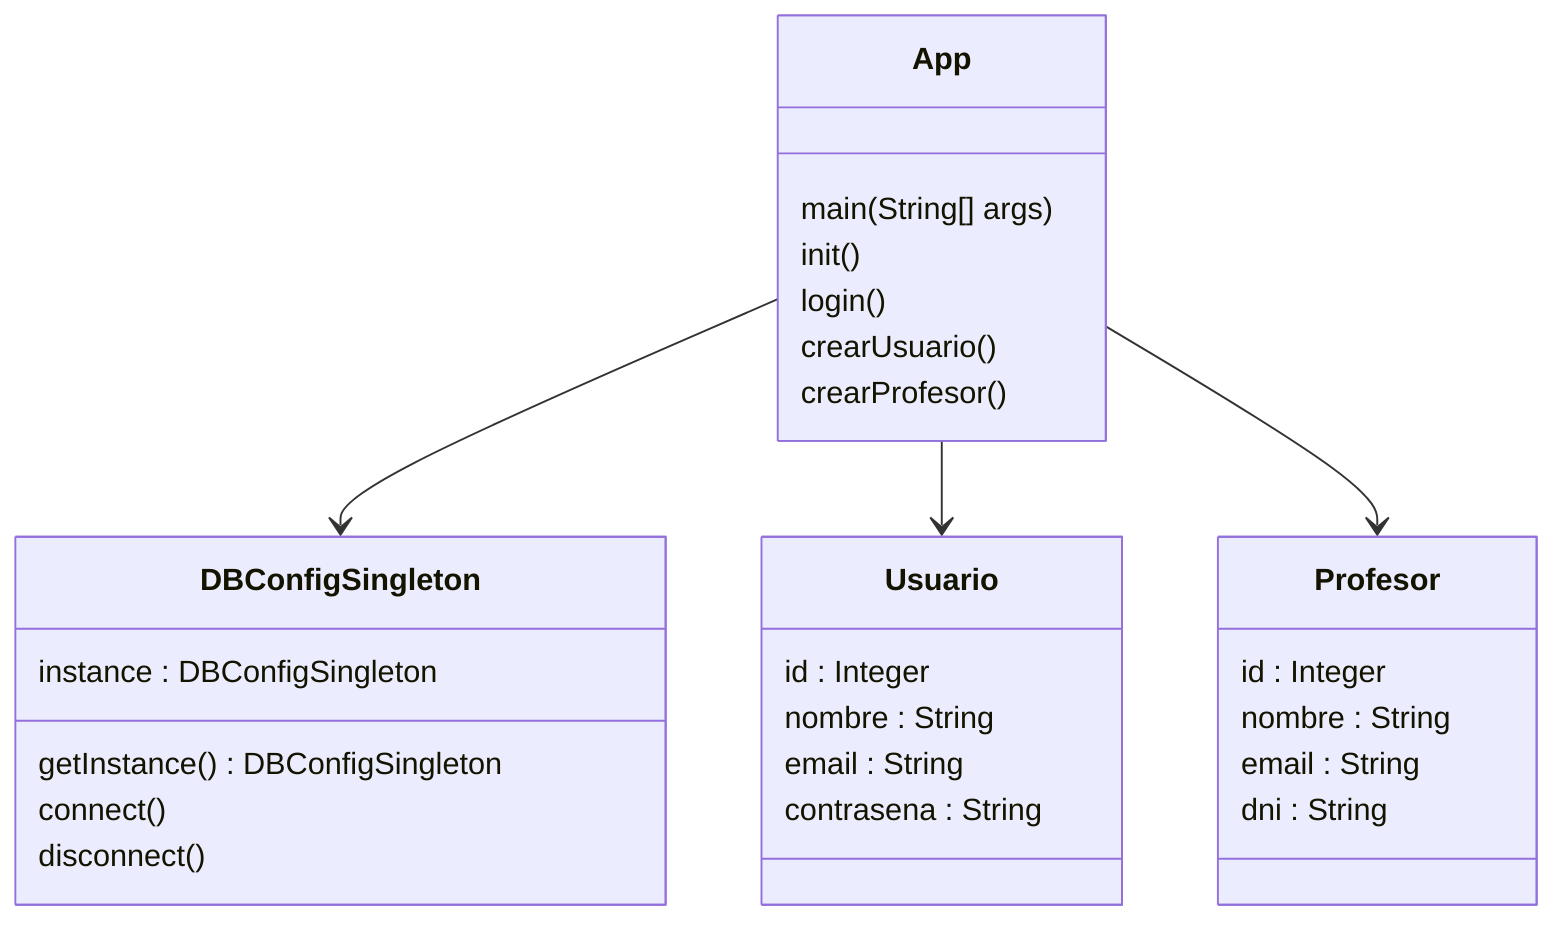
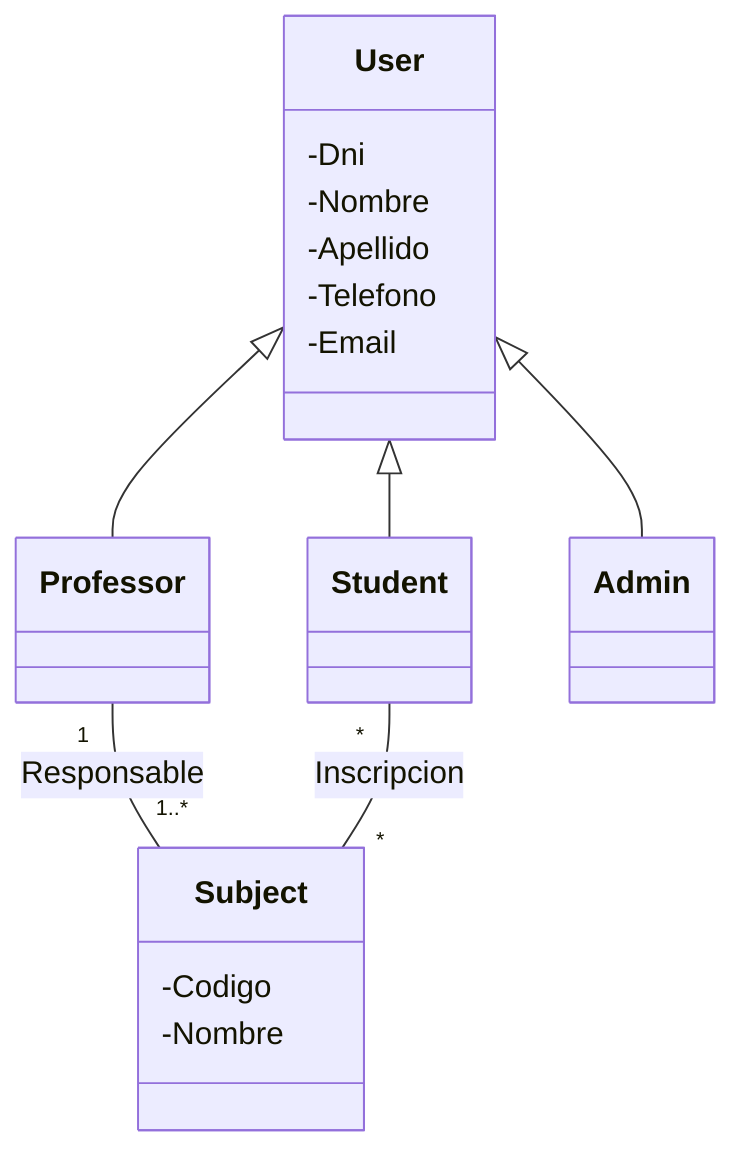
classDiagram

- class App {
-   main(String[] args)
-   init()
-   login()
-   crearUsuario()
-   crearProfesor()
- }

- class DBConfigSingleton {
-   instance : DBConfigSingleton
-   getInstance() DBConfigSingleton
-   connect()
-   disconnect()
- }
+ class User {

- class Usuario {
-   id : Integer
-   nombre : String
-   email : String
-   contrasena : String
- }
+ -Dni

- class Profesor {
-   id : Integer
-   nombre : String
-   email : String
-   dni : String
+ -Nombre
+ 
+ -Apellido
+ 
+ -Telefono
+ 
+ -Email
+ 
}


- App --> DBConfigSingleton
- App --> Usuario
- App --> Profesor+ class Student {
+ 
+ }
+ 
+ 
+ 
+ class Professor {
+ 
+ }
+ 
+ 
+ class Subject {
+ 
+ -Codigo
+ 
+ -Nombre
+ 
+ }
+ 
+ 
+ 
+ %% Herencia
+ 
+ User <|-- Student
+ 
+ User <|-- Professor
+ 
+ User <|-- Admin
+ 
+ 
+ 
+ %% Relaciones
+ 
+ 
+ 
+ Professor "1" -- "1..*" Subject : Responsable
+ 
+ Student "*" -- "*" Subject : Inscripcion
